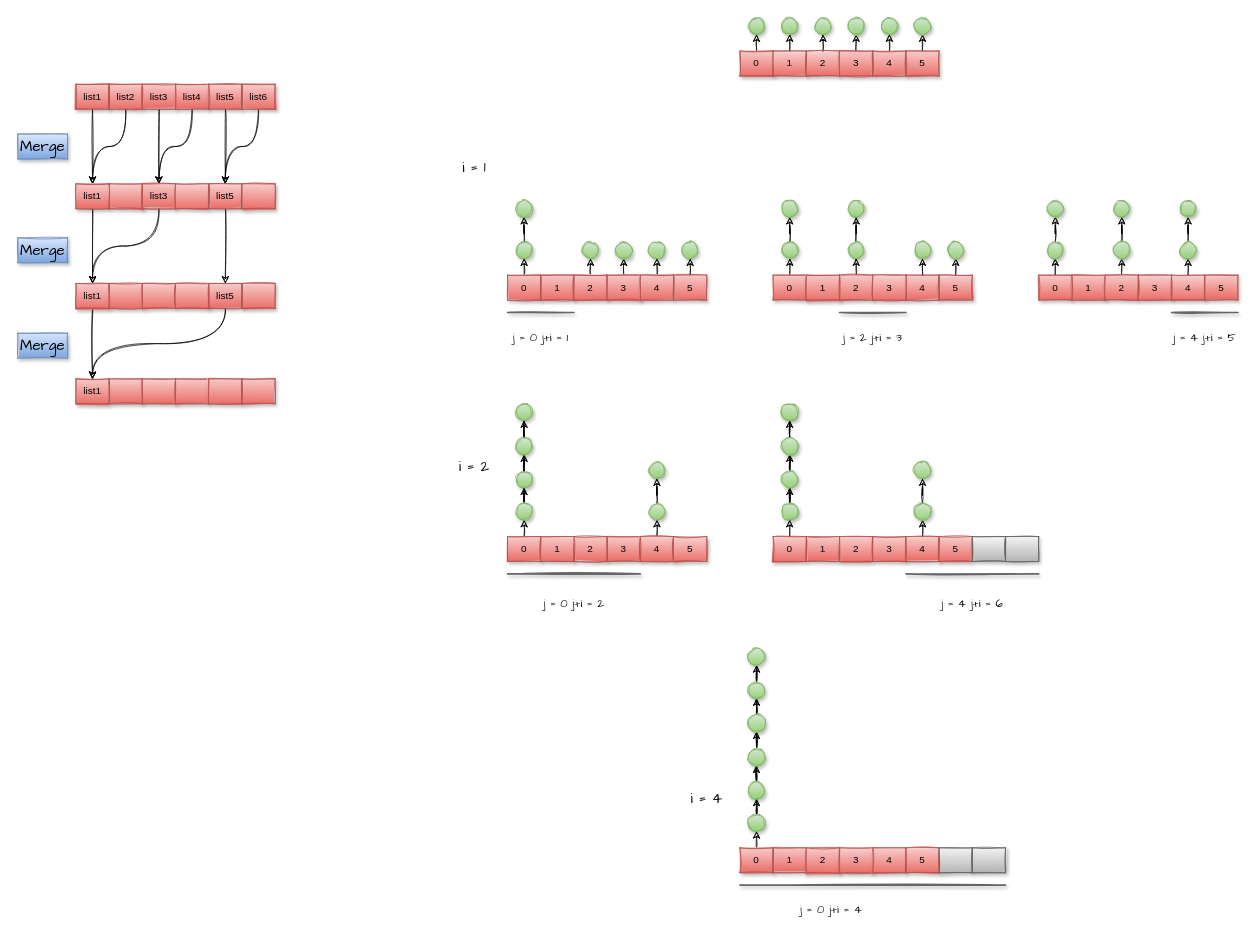
Before: draw.io/合并K个升序链表.drawio in goldknife6/algorithm, a draw.io diagram. Source tidied: cells renumbered, new cells numbered last; positions are measured from the earlier drawing's top-left corner, leaving out a move shared by most shapes. Both pictures are drawn from the tidied source at 83%, with x=0, y=0 at pixel (17, 17).
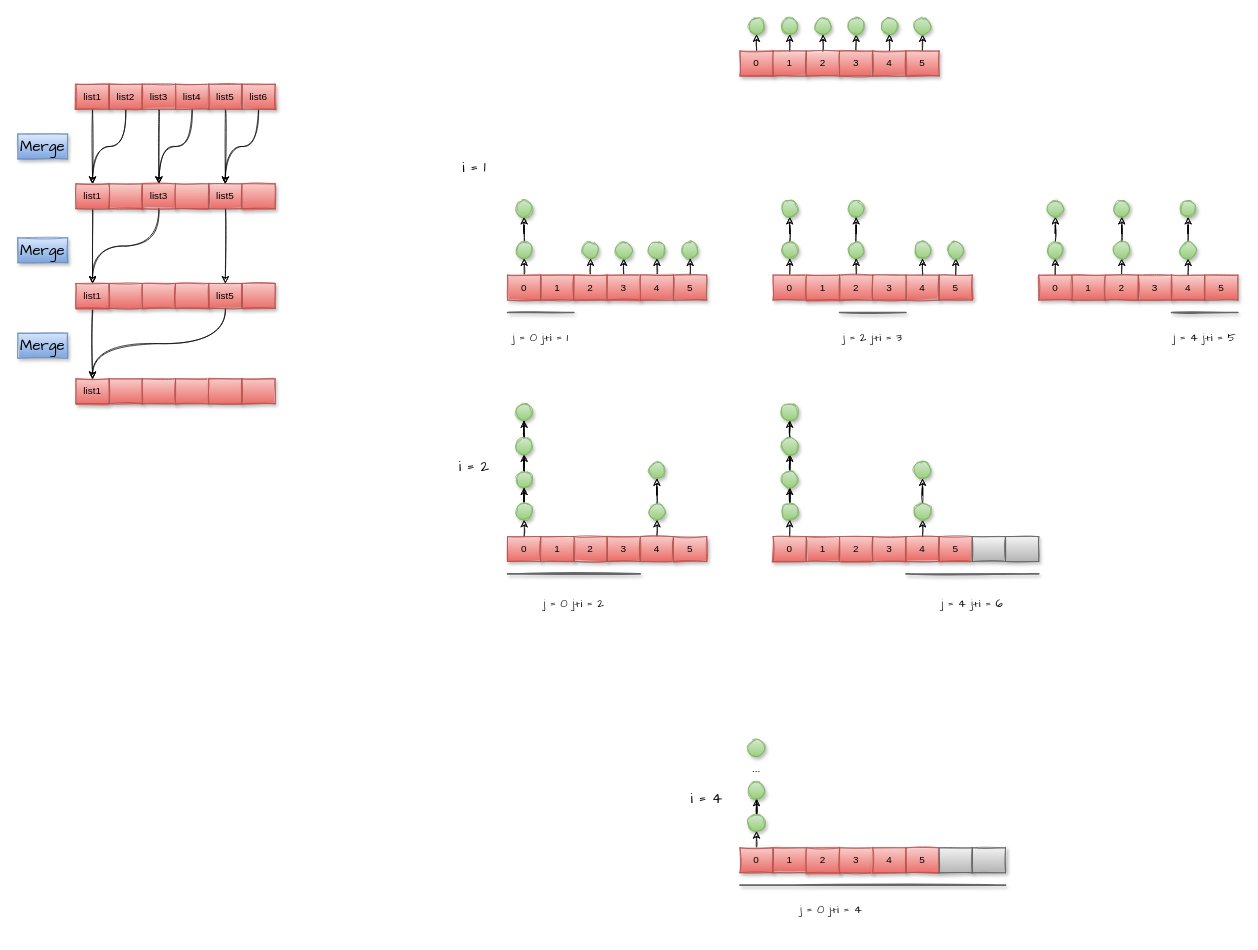
The same page after the edit.

Commit message:
更新合并K个升序链表.drawio

The change refers to these unchanged cells:
```xml
<mxCell id="127" style="ellipse;whiteSpace=wrap;html=1;shadow=1;sketch=1;fillColor=#d5e8d4;gradientColor=#97d077;strokeColor=#82b366;" parent="1" vertex="1">
  <mxGeometry x="880" y="921" width="20" height="20" as="geometry" />
</mxCell>
```

Change to the diagram source:
```diff
@@
-<mxGraphModel>
+<mxGraphModel background="#ffffff">
@@
-    <mxCell id="126" style="edgeStyle=orthogonalEdgeStyle;rounded=0;sketch=1;jettySize=auto;html=1;dashed=1;dashPattern=1 1;endArrow=classic;endFill=1;" parent="1" edge="1" source="127" target="130">
-      <mxGeometry relative="1" as="geometry" />
-    </mxCell>
@@
-    <mxCell id="129" style="edgeStyle=orthogonalEdgeStyle;rounded=0;sketch=1;jettySize=auto;html=1;dashed=1;dashPattern=1 1;endArrow=classic;endFill=1;" parent="1" edge="1" source="130" target="132">
-      <mxGeometry relative="1" as="geometry" />
-    </mxCell>
-    <mxCell id="130" style="ellipse;whiteSpace=wrap;html=1;shadow=1;sketch=1;fillColor=#d5e8d4;gradientColor=#97d077;strokeColor=#82b366;" parent="1" vertex="1">
-      <mxGeometry x="880" y="881" width="20" height="20" as="geometry" />
-    </mxCell>
-    <mxCell id="131" style="edgeStyle=orthogonalEdgeStyle;rounded=0;sketch=1;jettySize=auto;html=1;dashed=1;dashPattern=1 1;endArrow=classic;endFill=1;" parent="1" edge="1" source="132" target="136">
-      <mxGeometry relative="1" as="geometry" />
-    </mxCell>
-    <mxCell id="132" style="ellipse;whiteSpace=wrap;html=1;shadow=1;sketch=1;fillColor=#d5e8d4;gradientColor=#97d077;strokeColor=#82b366;" parent="1" vertex="1">
-      <mxGeometry x="880" y="840" width="20" height="20" as="geometry" />
-    </mxCell>
@@
-    <mxCell id="135" style="edgeStyle=orthogonalEdgeStyle;rounded=0;sketch=1;jettySize=auto;html=1;dashed=1;dashPattern=1 1;endArrow=classic;endFill=1;" parent="1" edge="1" source="136" target="137">
-      <mxGeometry relative="1" as="geometry" />
-    </mxCell>
-    <mxCell id="136" style="ellipse;whiteSpace=wrap;html=1;shadow=1;sketch=1;fillColor=#d5e8d4;gradientColor=#97d077;strokeColor=#82b366;" parent="1" vertex="1">
-      <mxGeometry x="880" y="800" width="20" height="20" as="geometry" />
-    </mxCell>
     <mxCell id="137" style="ellipse;whiteSpace=wrap;html=1;shadow=1;sketch=1;fillColor=#d5e8d4;gradientColor=#97d077;strokeColor=#82b366;" parent="1" vertex="1">
-      <mxGeometry x="880" y="760" width="20" height="20" as="geometry" />
+      <mxGeometry x="880" y="870" width="20" height="20" as="geometry" />
     </mxCell>
@@
+    <mxCell id="185" value="..." style="text;html=1;strokeColor=none;fillColor=none;align=center;verticalAlign=middle;whiteSpace=wrap;rounded=0;" parent="1" vertex="1">
+      <mxGeometry x="860" y="890" width="60" height="30" as="geometry" />
+    </mxCell>
```
